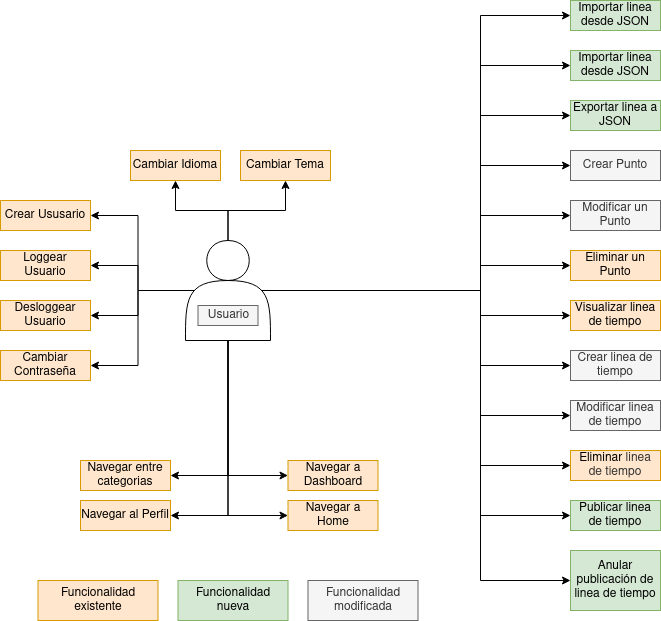
The draw.io diagram diagrams/diagrama-casos-de-uso-entrega3.drawio.png in mendezigna/linea-de-tiempo, before a commit. Source tidied: cells renumbered, new cells last; positions are measured from the earlier drawing's top-left corner, leaving out a move shared by most shapes. Source of this version:
```xml
<mxGraphModel>
  <root>
    <mxCell id="0" />
    <mxCell id="1" parent="0" />
    <mxCell id="2" value="Crear Punto" style="rounded=0;whiteSpace=wrap;html=1;fillColor=#f5f5f5;strokeColor=#666666;fontColor=#333333;" parent="1" vertex="1">
      <mxGeometry x="570" y="150" width="90" height="30" as="geometry" />
    </mxCell>
    <mxCell id="3" value="Modificar un Punto" style="rounded=0;whiteSpace=wrap;html=1;fillColor=#f5f5f5;strokeColor=#666666;fontColor=#333333;" parent="1" vertex="1">
      <mxGeometry x="570" y="200" width="90" height="30" as="geometry" />
    </mxCell>
    <mxCell id="4" value="Eliminar un Punto" style="rounded=0;whiteSpace=wrap;html=1;fillColor=#ffe6cc;strokeColor=#d79b00;" parent="1" vertex="1">
      <mxGeometry x="570" y="250" width="90" height="30" as="geometry" />
    </mxCell>
    <mxCell id="5" value="Visualizar linea de tiempo" style="rounded=0;whiteSpace=wrap;html=1;fillColor=#ffe6cc;strokeColor=#d79b00;" parent="1" vertex="1">
      <mxGeometry x="570" y="300" width="90" height="30" as="geometry" />
    </mxCell>
    <mxCell id="6" style="edgeStyle=orthogonalEdgeStyle;rounded=0;jettySize=auto;html=1;entryX=0;entryY=0.5;entryDx=0;entryDy=0;" parent="1" edge="1" source="28" target="2">
      <mxGeometry relative="1" as="geometry">
        <Array as="points">
          <mxPoint x="480" y="290" />
          <mxPoint x="480" y="165" />
        </Array>
      </mxGeometry>
    </mxCell>
    <mxCell id="7" style="edgeStyle=orthogonalEdgeStyle;rounded=0;jettySize=auto;html=1;entryX=0;entryY=0.5;entryDx=0;entryDy=0;" parent="1" edge="1" source="28" target="3">
      <mxGeometry relative="1" as="geometry">
        <Array as="points">
          <mxPoint x="480" y="290" />
          <mxPoint x="480" y="215" />
        </Array>
      </mxGeometry>
    </mxCell>
    <mxCell id="8" style="edgeStyle=orthogonalEdgeStyle;rounded=0;jettySize=auto;html=1;" parent="1" edge="1" source="28" target="4">
      <mxGeometry relative="1" as="geometry">
        <Array as="points">
          <mxPoint x="480" y="290" />
          <mxPoint x="480" y="265" />
        </Array>
      </mxGeometry>
    </mxCell>
    <mxCell id="9" style="edgeStyle=orthogonalEdgeStyle;rounded=0;jettySize=auto;html=1;entryX=0;entryY=0.5;entryDx=0;entryDy=0;" parent="1" edge="1" source="28" target="5">
      <mxGeometry relative="1" as="geometry">
        <Array as="points">
          <mxPoint x="480" y="290" />
          <mxPoint x="480" y="315" />
        </Array>
      </mxGeometry>
    </mxCell>
    <mxCell id="10" style="edgeStyle=orthogonalEdgeStyle;rounded=0;jettySize=auto;html=1;entryX=1;entryY=0.5;entryDx=0;entryDy=0;exitX=0.5;exitY=1;exitDx=0;exitDy=0;" parent="1" edge="1" source="28" target="30">
      <mxGeometry relative="1" as="geometry" />
    </mxCell>
    <mxCell id="11" style="edgeStyle=orthogonalEdgeStyle;rounded=0;jettySize=auto;html=1;" parent="1" edge="1" source="28" target="33">
      <mxGeometry relative="1" as="geometry" />
    </mxCell>
    <mxCell id="12" style="edgeStyle=orthogonalEdgeStyle;rounded=0;jettySize=auto;html=1;" parent="1" edge="1" source="28" target="34">
      <mxGeometry relative="1" as="geometry" />
    </mxCell>
    <mxCell id="13" style="edgeStyle=orthogonalEdgeStyle;rounded=0;jettySize=auto;html=1;exitX=0.5;exitY=1;exitDx=0;exitDy=0;entryX=0;entryY=0.5;entryDx=0;entryDy=0;" parent="1" edge="1" source="28" target="41">
      <mxGeometry relative="1" as="geometry" />
    </mxCell>
    <mxCell id="14" style="edgeStyle=orthogonalEdgeStyle;rounded=0;jettySize=auto;html=1;exitX=0.5;exitY=1;exitDx=0;exitDy=0;entryX=0;entryY=0.5;entryDx=0;entryDy=0;" parent="1" edge="1" source="28" target="40">
      <mxGeometry relative="1" as="geometry" />
    </mxCell>
    <mxCell id="15" style="edgeStyle=orthogonalEdgeStyle;rounded=0;jettySize=auto;html=1;exitX=0.5;exitY=1;exitDx=0;exitDy=0;entryX=1;entryY=0.5;entryDx=0;entryDy=0;" parent="1" edge="1" source="28" target="42">
      <mxGeometry relative="1" as="geometry" />
    </mxCell>
    <mxCell id="16" style="edgeStyle=orthogonalEdgeStyle;rounded=0;jettySize=auto;html=1;exitX=0.1;exitY=0.5;exitDx=0;exitDy=0;exitPerimeter=0;entryX=1;entryY=0.5;entryDx=0;entryDy=0;" parent="1" edge="1" source="28" target="36">
      <mxGeometry relative="1" as="geometry" />
    </mxCell>
    <mxCell id="17" style="edgeStyle=orthogonalEdgeStyle;rounded=0;jettySize=auto;html=1;exitX=0.1;exitY=0.5;exitDx=0;exitDy=0;exitPerimeter=0;entryX=1;entryY=0.5;entryDx=0;entryDy=0;" parent="1" edge="1" source="28" target="39">
      <mxGeometry relative="1" as="geometry" />
    </mxCell>
    <mxCell id="18" style="edgeStyle=orthogonalEdgeStyle;rounded=0;jettySize=auto;html=1;exitX=0.1;exitY=0.5;exitDx=0;exitDy=0;exitPerimeter=0;entryX=1;entryY=0.5;entryDx=0;entryDy=0;" parent="1" edge="1" source="28" target="37">
      <mxGeometry relative="1" as="geometry" />
    </mxCell>
    <mxCell id="19" style="edgeStyle=orthogonalEdgeStyle;rounded=0;jettySize=auto;html=1;exitX=0.1;exitY=0.5;exitDx=0;exitDy=0;exitPerimeter=0;entryX=1;entryY=0.5;entryDx=0;entryDy=0;" parent="1" edge="1" source="28" target="38">
      <mxGeometry relative="1" as="geometry" />
    </mxCell>
    <mxCell id="20" style="edgeStyle=orthogonalEdgeStyle;rounded=0;jettySize=auto;html=1;exitX=0.9;exitY=0.5;exitDx=0;exitDy=0;exitPerimeter=0;entryX=0;entryY=0.5;entryDx=0;entryDy=0;" parent="1" edge="1" source="28" target="44">
      <mxGeometry relative="1" as="geometry">
        <Array as="points">
          <mxPoint x="480" y="290" />
          <mxPoint x="480" y="415" />
        </Array>
      </mxGeometry>
    </mxCell>
    <mxCell id="21" style="edgeStyle=orthogonalEdgeStyle;rounded=0;jettySize=auto;html=1;exitX=0.9;exitY=0.5;exitDx=0;exitDy=0;exitPerimeter=0;entryX=0;entryY=0.5;entryDx=0;entryDy=0;" parent="1" edge="1" source="28" target="43">
      <mxGeometry relative="1" as="geometry">
        <Array as="points">
          <mxPoint x="480" y="290" />
          <mxPoint x="480" y="365" />
        </Array>
      </mxGeometry>
    </mxCell>
    <mxCell id="22" style="edgeStyle=orthogonalEdgeStyle;rounded=0;jettySize=auto;html=1;exitX=0.9;exitY=0.5;exitDx=0;exitDy=0;exitPerimeter=0;entryX=0;entryY=0.5;entryDx=0;entryDy=0;" parent="1" edge="1" source="28" target="45">
      <mxGeometry relative="1" as="geometry">
        <Array as="points">
          <mxPoint x="480" y="290" />
          <mxPoint x="480" y="465" />
        </Array>
      </mxGeometry>
    </mxCell>
    <mxCell id="23" style="edgeStyle=orthogonalEdgeStyle;rounded=0;jettySize=auto;html=1;" parent="1" edge="1" source="28" target="46">
      <mxGeometry relative="1" as="geometry">
        <Array as="points">
          <mxPoint x="480" y="290" />
          <mxPoint x="480" y="515" />
        </Array>
      </mxGeometry>
    </mxCell>
    <mxCell id="24" style="edgeStyle=orthogonalEdgeStyle;rounded=0;jettySize=auto;html=1;" parent="1" edge="1" source="28" target="47">
      <mxGeometry relative="1" as="geometry">
        <Array as="points">
          <mxPoint x="480" y="290" />
          <mxPoint x="480" y="580" />
        </Array>
      </mxGeometry>
    </mxCell>
    <mxCell id="25" style="edgeStyle=orthogonalEdgeStyle;rounded=0;jettySize=auto;html=1;" parent="1" edge="1" source="28" target="48">
      <mxGeometry relative="1" as="geometry">
        <Array as="points">
          <mxPoint x="480" y="290" />
          <mxPoint x="480" y="115" />
        </Array>
      </mxGeometry>
    </mxCell>
    <mxCell id="26" style="edgeStyle=orthogonalEdgeStyle;rounded=0;jettySize=auto;html=1;" parent="1" edge="1" source="28" target="49">
      <mxGeometry relative="1" as="geometry">
        <Array as="points">
          <mxPoint x="480" y="290" />
          <mxPoint x="480" y="65" />
        </Array>
      </mxGeometry>
    </mxCell>
    <mxCell id="27" style="edgeStyle=orthogonalEdgeStyle;rounded=0;jettySize=auto;html=1;" parent="1" edge="1" source="28" target="50">
      <mxGeometry relative="1" as="geometry">
        <Array as="points">
          <mxPoint x="480" y="290" />
          <mxPoint x="480" y="15" />
        </Array>
      </mxGeometry>
    </mxCell>
    <mxCell id="28" style="shape=actor;whiteSpace=wrap;html=1;" parent="1" vertex="1">
      <mxGeometry x="185" y="240" width="85" height="100" as="geometry" />
    </mxCell>
    <mxCell id="29" value="Usuario" style="text;html=1;align=center;verticalAlign=middle;strokeColor=#666666;fillColor=#f5f5f5;fontColor=#333333;" parent="1" vertex="1">
      <mxGeometry x="197.5" y="305" width="60" height="20" as="geometry" />
    </mxCell>
    <mxCell id="30" value="Navegar entre categorias" style="rounded=0;whiteSpace=wrap;html=1;fillColor=#ffe6cc;strokeColor=#d79b00;" parent="1" vertex="1">
      <mxGeometry x="80" y="460" width="90" height="30" as="geometry" />
    </mxCell>
    <mxCell id="31" value="Funcionalidad existente" style="rounded=0;whiteSpace=wrap;html=1;fillColor=#ffe6cc;strokeColor=#d79b00;" parent="1" vertex="1">
      <mxGeometry x="37.5" y="580" width="120" height="40" as="geometry" />
    </mxCell>
    <mxCell id="32" value="Funcionalidad nueva" style="rounded=0;whiteSpace=wrap;html=1;fillColor=#d5e8d4;strokeColor=#82b366;" parent="1" vertex="1">
      <mxGeometry x="177.5" y="580" width="110" height="40" as="geometry" />
    </mxCell>
    <mxCell id="33" value="Cambiar Idioma" style="rounded=0;whiteSpace=wrap;html=1;fillColor=#ffe6cc;strokeColor=#d79b00;" parent="1" vertex="1">
      <mxGeometry x="130" y="150" width="90" height="30" as="geometry" />
    </mxCell>
    <mxCell id="34" value="Cambiar Tema" style="rounded=0;whiteSpace=wrap;html=1;fillColor=#ffe6cc;strokeColor=#d79b00;" parent="1" vertex="1">
      <mxGeometry x="240" y="150" width="90" height="30" as="geometry" />
    </mxCell>
    <mxCell id="35" value="Funcionalidad&lt;br&gt;modificada" style="rounded=0;whiteSpace=wrap;html=1;fillColor=#f5f5f5;strokeColor=#666666;fontColor=#333333;" parent="1" vertex="1">
      <mxGeometry x="307.5" y="580" width="110" height="40" as="geometry" />
    </mxCell>
    <mxCell id="36" value="Crear Ususario" style="rounded=0;whiteSpace=wrap;html=1;fillColor=#ffe6cc;strokeColor=#d79b00;" parent="1" vertex="1">
      <mxGeometry y="200" width="90" height="30" as="geometry" />
    </mxCell>
    <mxCell id="37" value="Loggear Usuario" style="rounded=0;whiteSpace=wrap;html=1;fillColor=#ffe6cc;strokeColor=#d79b00;" parent="1" vertex="1">
      <mxGeometry y="250" width="90" height="30" as="geometry" />
    </mxCell>
    <mxCell id="38" value="Desloggear Usuario" style="rounded=0;whiteSpace=wrap;html=1;fillColor=#ffe6cc;strokeColor=#d79b00;" parent="1" vertex="1">
      <mxGeometry y="300" width="90" height="30" as="geometry" />
    </mxCell>
    <mxCell id="39" value="Cambiar Contraseña" style="rounded=0;whiteSpace=wrap;html=1;fillColor=#ffe6cc;strokeColor=#d79b00;" parent="1" vertex="1">
      <mxGeometry y="350" width="90" height="30" as="geometry" />
    </mxCell>
    <mxCell id="40" value="Navegar a Home" style="rounded=0;whiteSpace=wrap;html=1;fillColor=#ffe6cc;strokeColor=#d79b00;" parent="1" vertex="1">
      <mxGeometry x="287.5" y="500" width="90" height="30" as="geometry" />
    </mxCell>
    <mxCell id="41" value="Navegar a Dashboard" style="rounded=0;whiteSpace=wrap;html=1;fillColor=#ffe6cc;strokeColor=#d79b00;" parent="1" vertex="1">
      <mxGeometry x="287.5" y="460" width="90" height="30" as="geometry" />
    </mxCell>
    <mxCell id="42" value="Navegar al Perfil" style="rounded=0;whiteSpace=wrap;html=1;fillColor=#ffe6cc;strokeColor=#d79b00;" parent="1" vertex="1">
      <mxGeometry x="80" y="500" width="90" height="30" as="geometry" />
    </mxCell>
    <mxCell id="43" value="Crear &lt;span style=&quot;color: rgb(51 , 51 , 51)&quot;&gt;linea de tiempo&lt;/span&gt;" style="rounded=0;whiteSpace=wrap;html=1;fillColor=#f5f5f5;strokeColor=#666666;fontColor=#333333;" parent="1" vertex="1">
      <mxGeometry x="570" y="350" width="90" height="30" as="geometry" />
    </mxCell>
    <mxCell id="44" value="Modificar&amp;nbsp;&lt;span style=&quot;color: rgb(51 , 51 , 51)&quot;&gt;linea de tiempo&lt;/span&gt;" style="rounded=0;whiteSpace=wrap;html=1;fillColor=#f5f5f5;strokeColor=#666666;fontColor=#333333;" parent="1" vertex="1">
      <mxGeometry x="570" y="400" width="90" height="30" as="geometry" />
    </mxCell>
    <mxCell id="45" value="Eliminar&amp;nbsp;&lt;span style=&quot;color: rgb(51 , 51 , 51)&quot;&gt;linea de tiempo&lt;/span&gt;" style="rounded=0;whiteSpace=wrap;html=1;fillColor=#ffe6cc;strokeColor=#d79b00;" parent="1" vertex="1">
      <mxGeometry x="570" y="450" width="90" height="30" as="geometry" />
    </mxCell>
    <mxCell id="46" value="Publicar linea de tiempo" style="rounded=0;whiteSpace=wrap;html=1;fillColor=#d5e8d4;strokeColor=#82b366;" parent="1" vertex="1">
      <mxGeometry x="570" y="500" width="90" height="30" as="geometry" />
    </mxCell>
    <mxCell id="47" value="Anular publicación de linea de tiempo" style="rounded=0;whiteSpace=wrap;html=1;fillColor=#d5e8d4;strokeColor=#82b366;" parent="1" vertex="1">
      <mxGeometry x="570" y="550" width="90" height="60" as="geometry" />
    </mxCell>
    <mxCell id="48" value="Exportar linea a JSON" style="rounded=0;whiteSpace=wrap;html=1;fillColor=#d5e8d4;strokeColor=#82b366;" parent="1" vertex="1">
      <mxGeometry x="570" y="100" width="90" height="30" as="geometry" />
    </mxCell>
    <mxCell id="49" value="Importar linea desde JSON" style="rounded=0;whiteSpace=wrap;html=1;fillColor=#d5e8d4;strokeColor=#82b366;" parent="1" vertex="1">
      <mxGeometry x="570" y="50" width="90" height="30" as="geometry" />
    </mxCell>
    <mxCell id="50" value="Importar linea desde JSON" style="rounded=0;whiteSpace=wrap;html=1;fillColor=#d5e8d4;strokeColor=#82b366;" parent="1" vertex="1">
      <mxGeometry x="570" width="90" height="30" as="geometry" />
    </mxCell>
  </root>
</mxGraphModel>
```
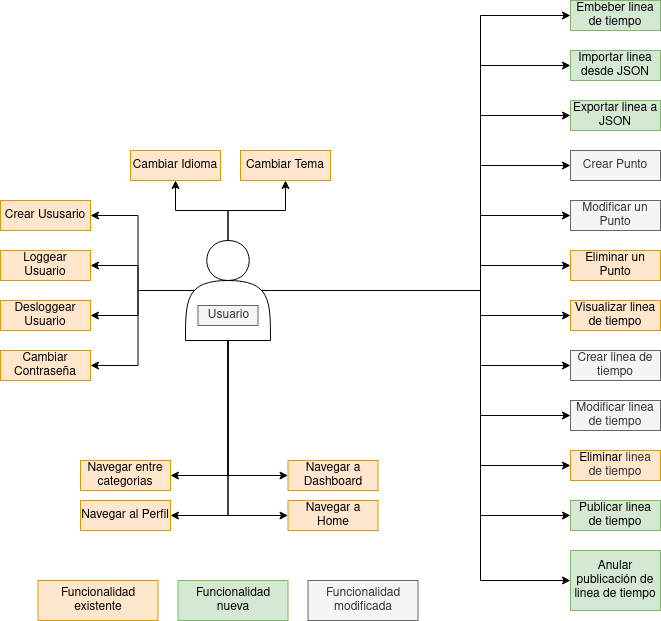
After the commit.

The edit, as a diff of the source:
```diff
@@ -206,7 +206,7 @@
     <mxCell id="49" value="Importar linea desde JSON" style="rounded=0;whiteSpace=wrap;html=1;fillColor=#d5e8d4;strokeColor=#82b366;" parent="1" vertex="1">
       <mxGeometry x="570" y="50" width="90" height="30" as="geometry" />
     </mxCell>
-    <mxCell id="50" value="Importar linea desde JSON" style="rounded=0;whiteSpace=wrap;html=1;fillColor=#d5e8d4;strokeColor=#82b366;" parent="1" vertex="1">
+    <mxCell id="50" value="Embeber linea de tiempo" style="rounded=0;whiteSpace=wrap;html=1;fillColor=#d5e8d4;strokeColor=#82b366;" parent="1" vertex="1">
       <mxGeometry x="570" width="90" height="30" as="geometry" />
     </mxCell>
   </root>
```
